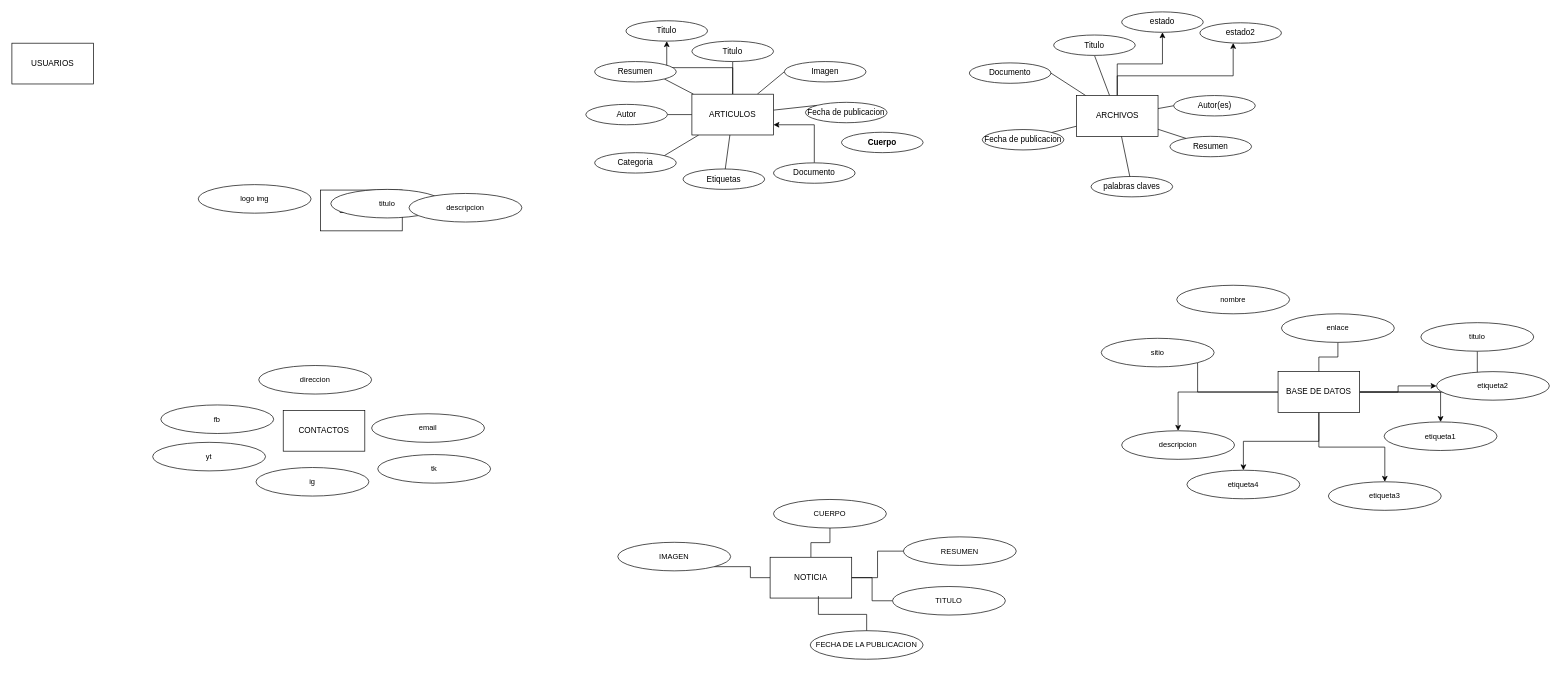
Above: sis base de datos.drawio in wild-wild/ModeloER-BD (draw.io), before the change. Source tidied: cells renumbered, new cells numbered last; positions are measured from the earlier drawing's top-left corner, leaving out a move shared by most shapes. Both pictures are drawn from the tidied source at 68%, with x=0, y=0 at pixel (12, 12).
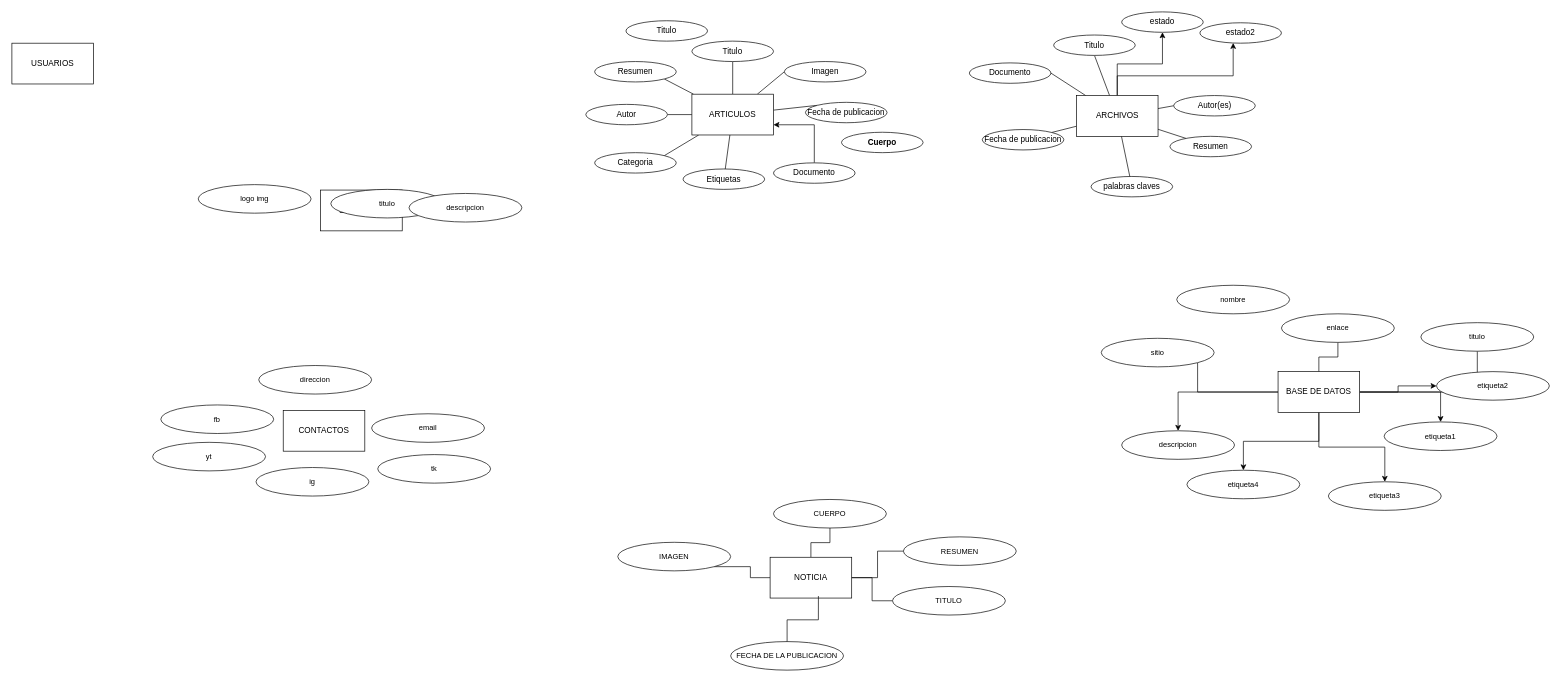
Above is the later version.

Unchanged cells that the change refers to:
```xml
<mxCell id="10" value="ARTICULOS" style="rounded=0;whiteSpace=wrap;html=1;labelBackgroundColor=none;" parent="1" vertex="1">
  <mxGeometry x="1000" y="121" width="120" height="60" as="geometry" />
</mxCell>
<mxCell id="79" value="Titulo" style="ellipse;whiteSpace=wrap;html=1;rounded=0;labelBackgroundColor=none;" parent="1" vertex="1">
  <mxGeometry x="903" y="13" width="120" height="30" as="geometry" />
</mxCell>
```

Diff of the diagram source:
```diff
@@
-    <mxCell id="9" style="edgeStyle=orthogonalEdgeStyle;rounded=0;jettySize=auto;html=1;" parent="1" edge="1" source="10" target="79">
-      <mxGeometry relative="1" as="geometry" />
-    </mxCell>
@@
     <mxCell id="56" value="FECHA DE LA PUBLICACION" style="ellipse;whiteSpace=wrap;html=1;fontFamily=Helvetica;fontSize=11;fontColor=default;labelBackgroundColor=default;" parent="1" vertex="1">
-      <mxGeometry x="1174" y="910" width="166" height="42" as="geometry" />
+      <mxGeometry x="1057" y="926" width="166" height="42" as="geometry" />
     </mxCell>
```
